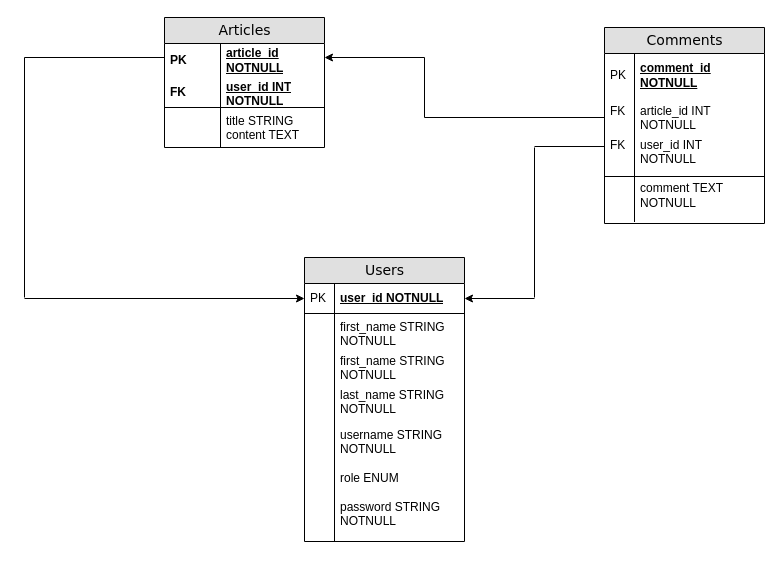
Earlier version of the draw.io diagram Untitled Diagram.drawio (QuadrupleTunde/API-Hello-World-API). Source tidied: cells renumbered, new cells numbered last; positions are measured from the earlier drawing's top-left corner, leaving out a move shared by most shapes. Both pictures are drawn from the tidied source at 100%, with x=0, y=0 at pixel (24, 17).
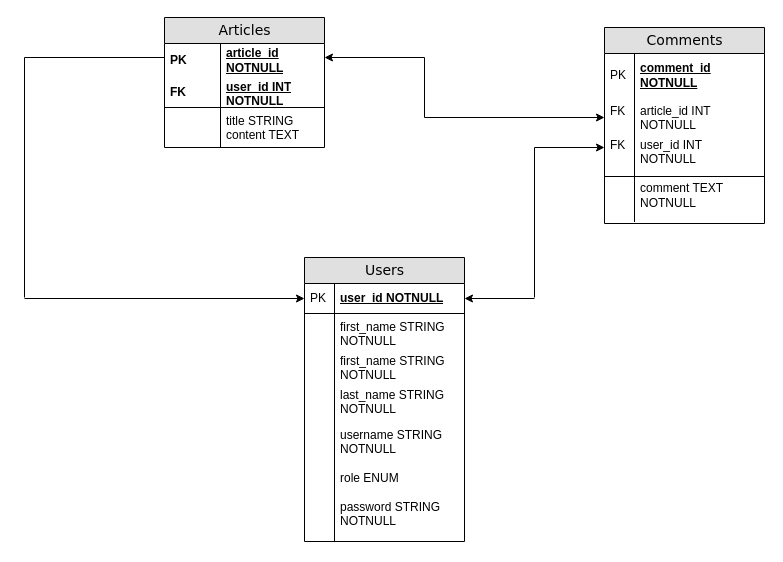
The same page after the edit.

The change refers to these unchanged cells:
```xml
<mxCell id="14" value="user_id INT&lt;br&gt;NOTNULL&lt;br&gt;&lt;br&gt;comment TEXT&lt;br&gt;NOTNULL" style="shape=partialRectangle;top=0;left=0;right=0;bottom=0;html=1;align=left;verticalAlign=top;fillColor=none;spacingLeft=34;spacingRight=4;whiteSpace=wrap;overflow=hidden;points=[[0,0.5],[1,0.5]];portConstraint=eastwest;" parent="9" vertex="1">
  <mxGeometry y="104" width="160" height="90" as="geometry" />
</mxCell>
```

Diff of the diagram source:
```diff
@@
-    <mxCell id="32" style="endArrow=none;html=1;rounded=0;fontFamily=Helvetica;fontSize=12;fontColor=default;" parent="1" edge="1">
-      <mxGeometry relative="1" as="geometry">
-        <mxPoint x="400" y="100" as="sourcePoint" />
-        <mxPoint x="580" y="100" as="targetPoint" />
-      </mxGeometry>
-    </mxCell>
@@
-    <mxCell id="35" style="endArrow=none;html=1;rounded=0;fontFamily=Helvetica;fontSize=12;fontColor=default;entryX=0;entryY=0.167;entryDx=0;entryDy=0;entryPerimeter=0;" parent="1" edge="1" target="14">
-      <mxGeometry relative="1" as="geometry">
-        <mxPoint x="510" y="129" as="sourcePoint" />
-      </mxGeometry>
-    </mxCell>
@@
+    <mxCell id="39" style="endArrow=classic;html=1;rounded=0;fontFamily=Helvetica;fontSize=12;fontColor=default;" parent="1" edge="1">
+      <mxGeometry relative="1" as="geometry">
+        <mxPoint x="400" y="100" as="sourcePoint" />
+        <mxPoint x="580" y="100" as="targetPoint" />
+      </mxGeometry>
+    </mxCell>
+    <mxCell id="40" style="endArrow=classic;html=1;rounded=0;fontFamily=Helvetica;fontSize=12;fontColor=default;" parent="1" edge="1">
+      <mxGeometry relative="1" as="geometry">
+        <mxPoint x="510" y="130" as="sourcePoint" />
+        <mxPoint x="580" y="130" as="targetPoint" />
+      </mxGeometry>
+    </mxCell>
```
